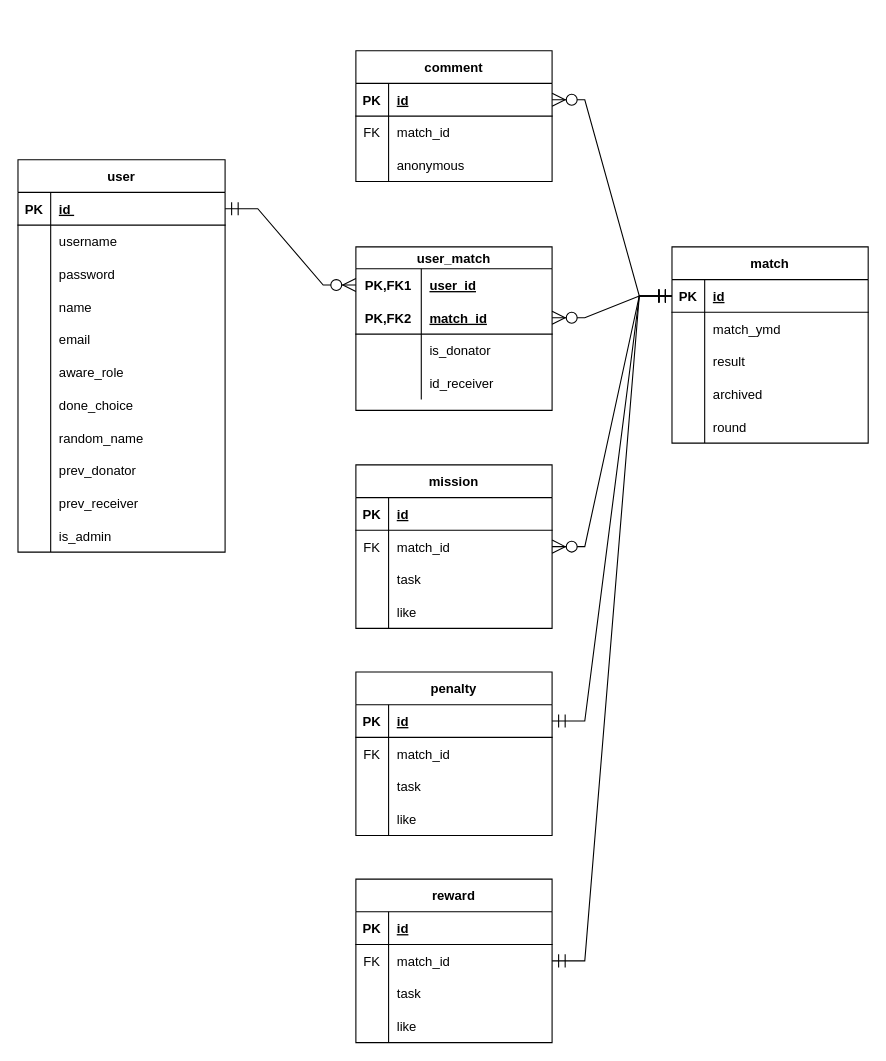
Before: src/main/resources/draft/schema.drawio in kwan9069/manitto, a draw.io diagram. Source tidied: cells renumbered, new cells numbered last; positions are measured from the earlier drawing's top-left corner, leaving out a move shared by most shapes. Both pictures are drawn from the tidied source at 109%, with x=0, y=0 at pixel (17, 50).
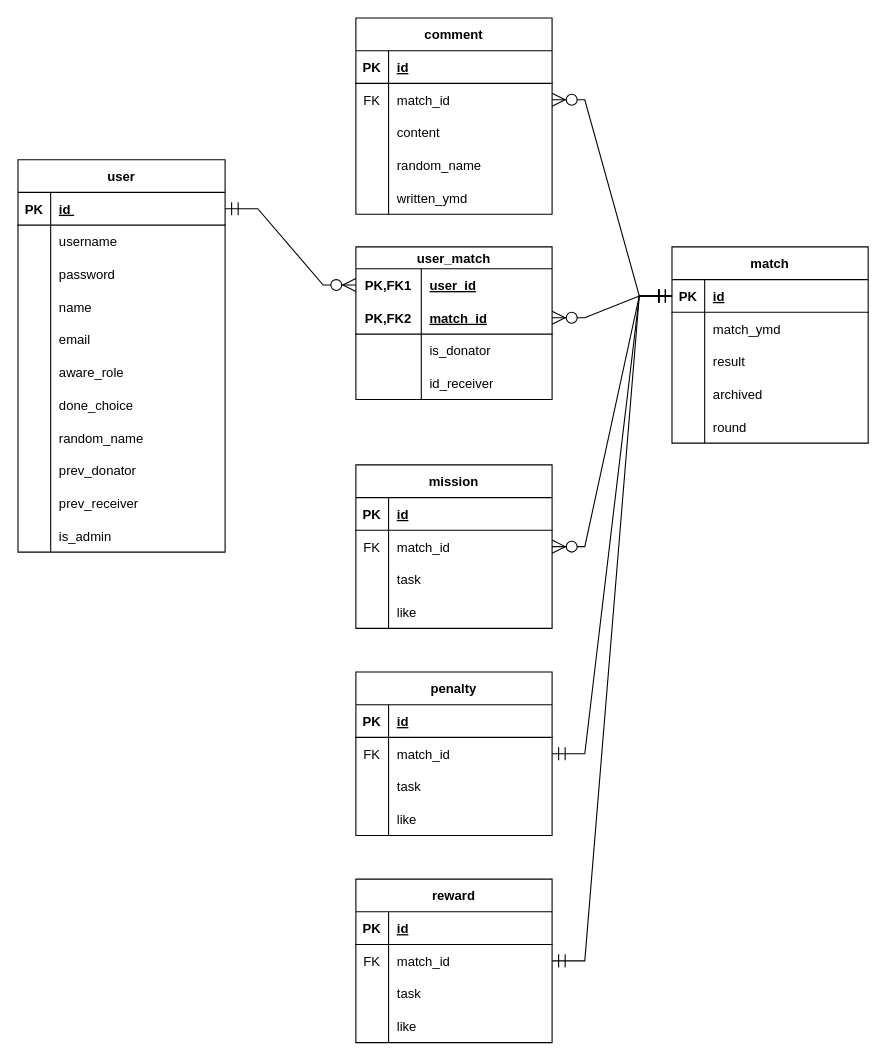
The same page after the edit.

The change refers to these unchanged cells:
```xml
<mxCell id="37" style="shape=tableRow;horizontal=0;startSize=0;swimlaneHead=0;swimlaneBody=0;fillColor=none;points=[[0,0.5],[1,0.5]];portConstraint=eastwest;top=0;left=0;right=0;bottom=1;" parent="36" vertex="1">
  <mxGeometry y="30" width="180" height="30" as="geometry" />
</mxCell>
<mxCell id="79" style="shape=tableRow;horizontal=0;startSize=0;swimlaneHead=0;swimlaneBody=0;fillColor=none;points=[[0,0.5],[1,0.5]];portConstraint=eastwest;top=0;left=0;right=0;bottom=1;" parent="78" vertex="1">
  <mxGeometry y="30" width="180" height="30" as="geometry" />
</mxCell>
<mxCell id="82" style="shape=tableRow;horizontal=0;startSize=0;swimlaneHead=0;swimlaneBody=0;fillColor=none;points=[[0,0.5],[1,0.5]];portConstraint=eastwest;top=0;left=0;right=0;bottom=0;" parent="78" vertex="1">
  <mxGeometry y="60" width="180" height="30" as="geometry" />
</mxCell>
<mxCell id="95" style="shape=tableRow;horizontal=0;startSize=0;swimlaneHead=0;swimlaneBody=0;fillColor=none;points=[[0,0.5],[1,0.5]];portConstraint=eastwest;top=0;left=0;right=0;bottom=1;" parent="94" vertex="1">
  <mxGeometry y="30" width="180" height="30" as="geometry" />
</mxCell>
<mxCell id="98" style="shape=tableRow;horizontal=0;startSize=0;swimlaneHead=0;swimlaneBody=0;fillColor=none;points=[[0,0.5],[1,0.5]];portConstraint=eastwest;top=0;left=0;right=0;bottom=0;" parent="94" vertex="1">
  <mxGeometry y="60" width="180" height="30" as="geometry" />
</mxCell>
```

Diff of the diagram source:
```diff
@@
     <mxCell id="52" value="user_match" style="shape=table;startSize=20;childLayout=tableLayout;rowLines=0;fontStyle=1;align=center;" parent="1" vertex="1">
-      <mxGeometry x="310" y="180" width="180" height="150" as="geometry" />
+      <mxGeometry x="310" y="180" width="180" height="140" as="geometry" />
     </mxCell>
@@
     <mxCell id="94" value="comment" style="shape=table;startSize=30;childLayout=tableLayout;rowLines=0;fontStyle=1;align=center;" parent="1" vertex="1">
-      <mxGeometry x="310" width="180" height="120" as="geometry" />
+      <mxGeometry x="310" y="-30" width="180" height="180" as="geometry" />
     </mxCell>
@@
+    <mxCell id="120" style="shape=tableRow;horizontal=0;startSize=0;swimlaneHead=0;swimlaneBody=0;fillColor=none;top=0;left=0;right=0;bottom=0;" parent="94" vertex="1">
+      <mxGeometry y="90" width="180" height="30" as="geometry" />
+    </mxCell>
+    <mxCell id="121" style="shape=partialRectangle;fillColor=none;top=0;left=0;bottom=0;right=0;overflow=hidden;" parent="120" vertex="1">
+      <mxGeometry width="30" height="30" as="geometry" />
+    </mxCell>
+    <mxCell id="122" value="content" style="shape=partialRectangle;fillColor=none;top=0;left=0;bottom=0;right=0;align=left;spacingLeft=6;overflow=hidden;" parent="120" vertex="1">
+      <mxGeometry x="30" width="150" height="30" as="geometry" />
+    </mxCell>
     <mxCell id="101" style="shape=tableRow;horizontal=0;startSize=0;swimlaneHead=0;swimlaneBody=0;fillColor=none;top=0;left=0;right=0;bottom=0;" parent="94" vertex="1">
-      <mxGeometry y="90" width="180" height="30" as="geometry" />
+      <mxGeometry y="120" width="180" height="30" as="geometry" />
     </mxCell>
@@
-    <mxCell id="103" value="anonymous" style="shape=partialRectangle;fillColor=none;top=0;left=0;bottom=0;right=0;align=left;spacingLeft=6;overflow=hidden;" parent="101" vertex="1">
+    <mxCell id="103" value="random_name" style="shape=partialRectangle;fillColor=none;top=0;left=0;bottom=0;right=0;align=left;spacingLeft=6;overflow=hidden;" parent="101" vertex="1">
       <mxGeometry x="30" width="150" height="30" as="geometry" />
     </mxCell>
+    <mxCell id="123" style="shape=tableRow;horizontal=0;startSize=0;swimlaneHead=0;swimlaneBody=0;fillColor=none;top=0;left=0;right=0;bottom=0;" parent="94" vertex="1">
+      <mxGeometry y="150" width="180" height="30" as="geometry" />
+    </mxCell>
+    <mxCell id="124" style="shape=partialRectangle;fillColor=none;top=0;left=0;bottom=0;right=0;overflow=hidden;" parent="123" vertex="1">
+      <mxGeometry width="30" height="30" as="geometry" />
+    </mxCell>
+    <mxCell id="125" value="written_ymd" style="shape=partialRectangle;fillColor=none;top=0;left=0;bottom=0;right=0;align=left;spacingLeft=6;overflow=hidden;" parent="123" vertex="1">
+      <mxGeometry x="30" width="150" height="30" as="geometry" />
+    </mxCell>
-    <mxCell id="104" style="edgeStyle=entityRelationEdgeStyle;fontSize=12;html=1;endArrow=ERzeroToMany;startArrow=ERmandOne;rounded=0;startSize=10;endSize=10;entryX=1;entryY=0.5;entryDx=0;entryDy=0;exitX=0;exitY=0.5;exitDx=0;exitDy=0;" parent="1" edge="1" source="37" target="95">
+    <mxCell id="104" style="edgeStyle=entityRelationEdgeStyle;fontSize=12;html=1;endArrow=ERzeroToMany;startArrow=ERmandOne;rounded=0;startSize=10;endSize=10;entryX=1;entryY=0.5;entryDx=0;entryDy=0;exitX=0;exitY=0.5;exitDx=0;exitDy=0;" parent="1" edge="1" source="37" target="98">
       <mxGeometry relative="1" as="geometry" />
     </mxCell>
-    <mxCell id="105" style="edgeStyle=entityRelationEdgeStyle;fontSize=12;html=1;endArrow=ERmandOne;startArrow=ERmandOne;rounded=0;startSize=10;endSize=10;exitX=1;exitY=0.5;exitDx=0;exitDy=0;entryX=0;entryY=0.5;entryDx=0;entryDy=0;" parent="1" edge="1" source="79" target="37">
+    <mxCell id="105" style="edgeStyle=entityRelationEdgeStyle;fontSize=12;html=1;endArrow=ERmandOne;startArrow=ERmandOne;rounded=0;startSize=10;endSize=10;exitX=1;exitY=0.5;exitDx=0;exitDy=0;entryX=0;entryY=0.5;entryDx=0;entryDy=0;" parent="1" edge="1" source="82" target="37">
       <mxGeometry relative="1" as="geometry" />
     </mxCell>
```
